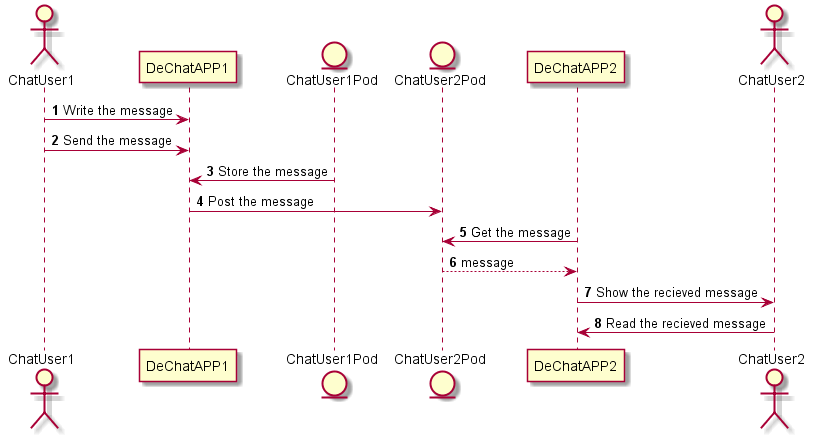
The PlantUML diagram adocs/images/06_messages.png in Arquisoft/dechat_es5b, before a commit.
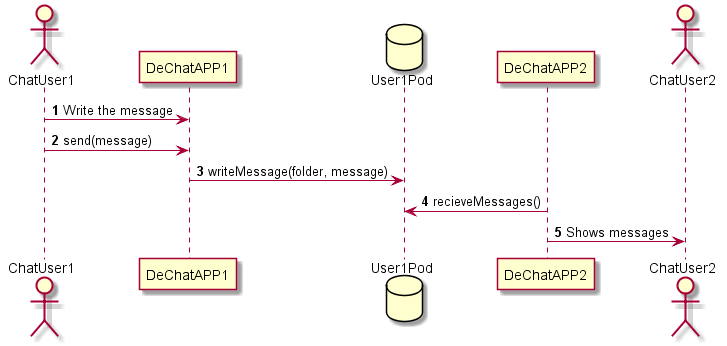
Later version of the same file.

The edit, as a diff of the source:
```diff
@@ -2,14 +2,10 @@
 autonumber
 actor ChatUser1
 ChatUser1 -> DeChatAPP1 : Write the message
-ChatUser1 -> DeChatAPP1 : Send the message
-entity ChatUser1Pod
-DeChatAPP1 <- ChatUser1Pod : Store the message
-entity ChatUser2Pod
-DeChatAPP1 -> ChatUser2Pod : Post the message
-ChatUser2Pod <- DeChatAPP2 : Get the message
-ChatUser2Pod --> DeChatAPP2 : message
+ChatUser1 -> DeChatAPP1 : send(message)
+database User1Pod
+DeChatAPP1 -> User1Pod : writeMessage(folder, message)
+DeChatAPP2 -> User1Pod : recieveMessages()
 actor ChatUser2
-DeChatAPP2 -> ChatUser2: Show the recieved message
-DeChatAPP2 <- ChatUser2: Read the recieved message
+DeChatAPP2 -> ChatUser2 : Shows messages
 @enduml
```
